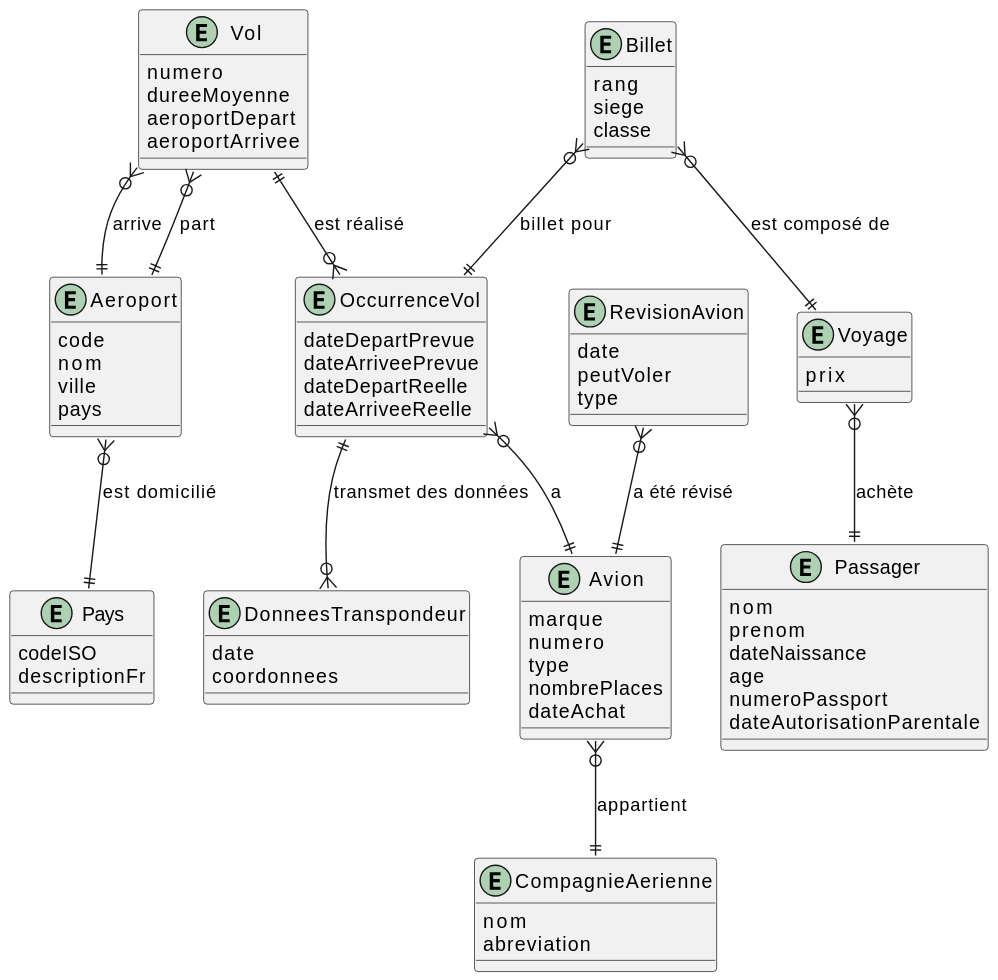
The PlantUML diagram images/ERD/airline_reservation/erd_airline_reservation_logique.svg in rparadiscsfoy/420-W34-SF-TP01, before a commit.
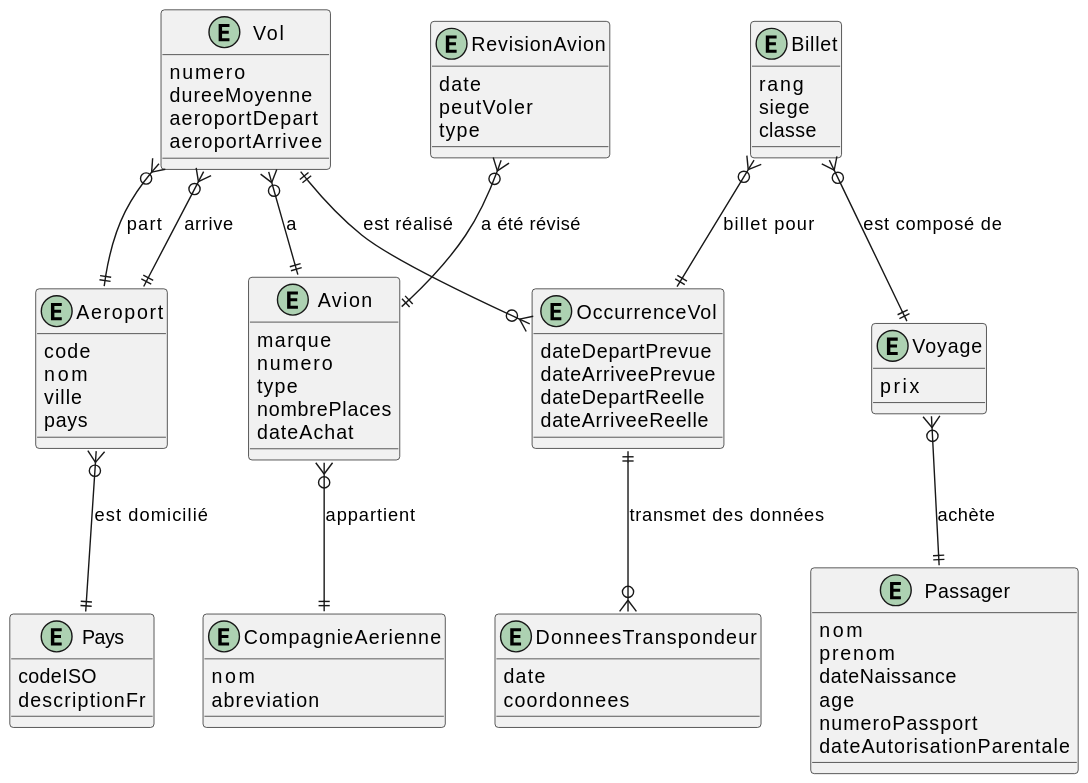
After the commit.

What changed in the source:
```diff
@@ -71,6 +71,7 @@
 
 Vol }o--|| Aeroport: arrive
 Vol }o--|| Aeroport: part
+Vol }o--|| Avion: a
 Vol ||--o{ OccurrenceVol: est réalisé
 
 Avion }o--|| CompagnieAerienne: appartient
@@ -83,8 +84,6 @@
 Aeroport }o--|| Pays: est domicilié
 
 OccurrenceVol ||--o{ DonneesTranspondeur: transmet des données
-OccurrenceVol }o--|| Avion: a
-
 
 RevisionAvion }o--|| Avion: a été révisé
 
```
